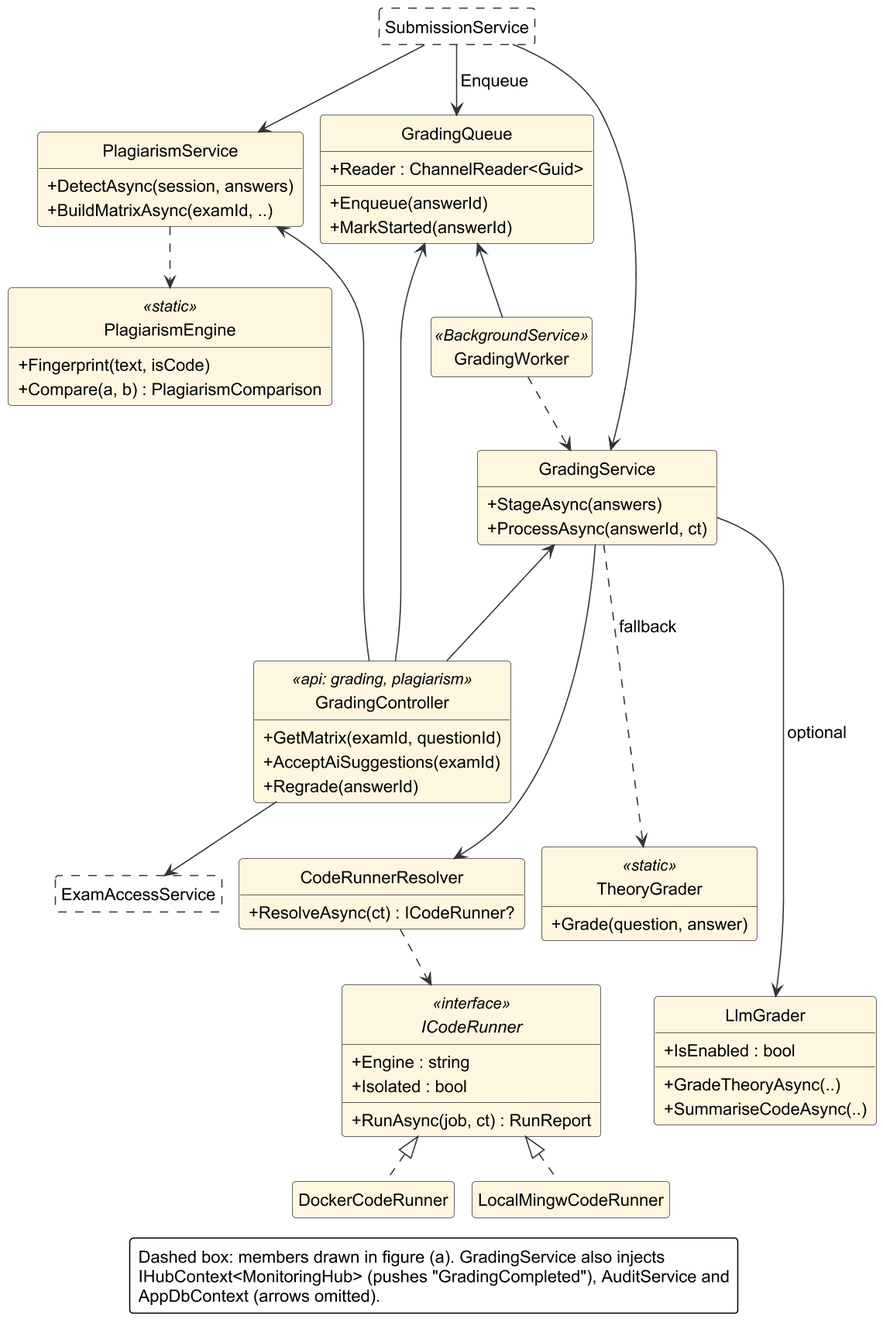
This is important docs/fyp_doc_3chatp/Figures/class_diagram_server_b.png from Haiderali27-hub/AI-Lab-Monitoring-, a PlantUML export, as it was before one commit. Source of this version:
```plantuml
@startuml
!include style.iuml
hide empty members
hide circle
skinparam classAttributeIconSize 0
skinparam nodesep 14
skinparam ranksep 36
skinparam class {
  FontSize 14
  AttributeFontSize 14
  StereotypeFontSize 13
}
skinparam ArrowFontSize 14
skinparam stereotypeFontSize 13

class SubmissionService #FFFFFF ##[dashed]
class ExamAccessService #FFFFFF ##[dashed]
class GradingController <<api: grading, plagiarism>> #FFF6E0 {
  +GetMatrix(examId, questionId)
  +AcceptAiSuggestions(examId)
  +Regrade(answerId)
}
class PlagiarismService #FFF6E0 {
  +DetectAsync(session, answers)
  +BuildMatrixAsync(examId, ..)
}
class PlagiarismEngine <<static>> #FFF6E0 {
  +Fingerprint(text, isCode)
  +Compare(a, b) : PlagiarismComparison
}
class GradingQueue #FFF6E0 {
  +Reader : ChannelReader<Guid>
  +Enqueue(answerId)
  +MarkStarted(answerId)
}
class GradingWorker <<BackgroundService>> #FFF6E0
class GradingService #FFF6E0 {
  +StageAsync(answers)
  +ProcessAsync(answerId, ct)
}
class LlmGrader #FFF6E0 {
  +IsEnabled : bool
  +GradeTheoryAsync(..)
  +SummariseCodeAsync(..)
}
class TheoryGrader <<static>> #FFF6E0 {
  +Grade(question, answer)
}
class CodeRunnerResolver #FFF6E0 {
  +ResolveAsync(ct) : ICodeRunner?
}
interface ICodeRunner <<interface>> #FFF6E0 {
  +Engine : string
  +Isolated : bool
  +RunAsync(job, ct) : RunReport
}
class DockerCodeRunner #FFF6E0
class LocalMingwCodeRunner #FFF6E0

SubmissionService --> PlagiarismService
SubmissionService --> GradingQueue : Enqueue
SubmissionService --> GradingService
PlagiarismService -[hidden]right- GradingQueue
GradingWorker -up-> GradingQueue
GradingWorker ..> GradingService
PlagiarismService ..> PlagiarismEngine
GradingController -up--> PlagiarismService
GradingController -up--> GradingQueue
GradingController -up--> GradingService
GradingController --> ExamAccessService
GradingService ---> CodeRunnerResolver
GradingService ...> TheoryGrader : fallback
GradingService ----> LlmGrader : optional
GradingController -[hidden]down- CodeRunnerResolver
CodeRunnerResolver -[hidden]right- TheoryGrader
ICodeRunner -[hidden]right- LlmGrader
CodeRunnerResolver ..> ICodeRunner
DockerCodeRunner .up.|> ICodeRunner
LocalMingwCodeRunner .up.|> ICodeRunner

skinparam legendFontSize 14
legend bottom
  Dashed box: members drawn in figure (a). GradingService also injects
  IHubContext<MonitoringHub> (pushes "GradingCompleted"), AuditService and
  AppDbContext (arrows omitted).
endlegend
@enduml
```
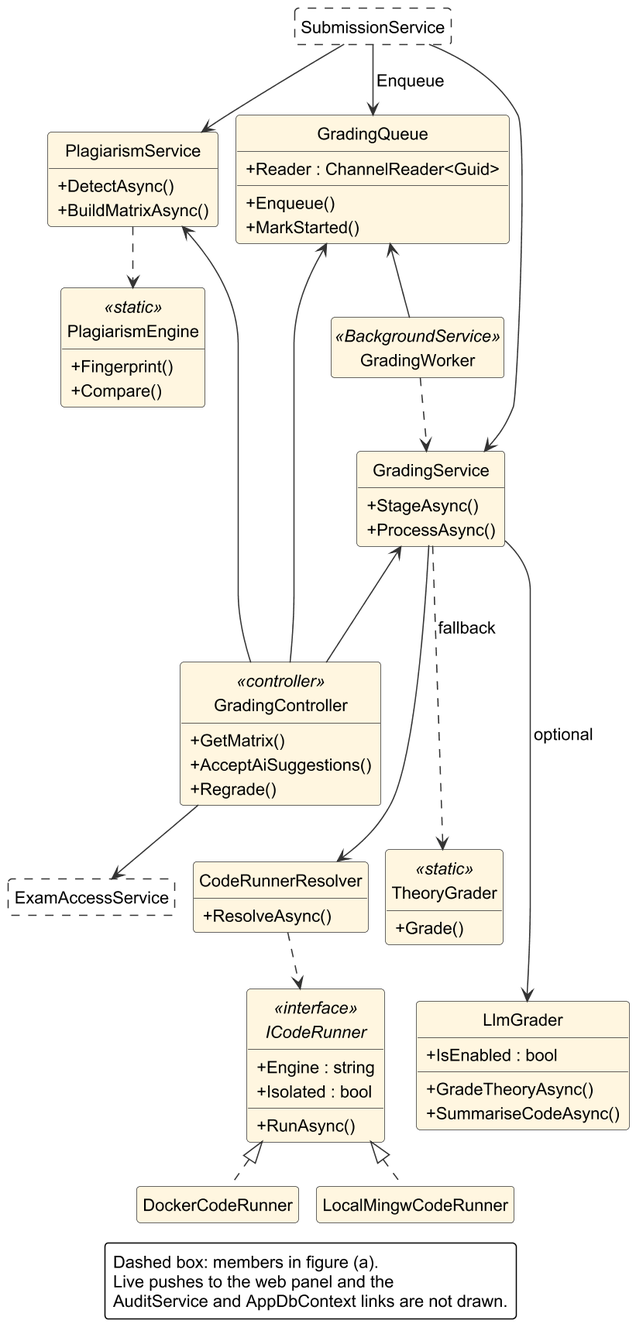
Above is the later version.

What changed in the source:
```diff
@@ -8,51 +8,51 @@
 skinparam class {
   FontSize 14
   AttributeFontSize 14
-  StereotypeFontSize 13
+  StereotypeFontSize 14
 }
 skinparam ArrowFontSize 14
-skinparam stereotypeFontSize 13
+skinparam stereotypeFontSize 14
 
 class SubmissionService #FFFFFF ##[dashed]
 class ExamAccessService #FFFFFF ##[dashed]
-class GradingController <<api: grading, plagiarism>> #FFF6E0 {
-  +GetMatrix(examId, questionId)
-  +AcceptAiSuggestions(examId)
-  +Regrade(answerId)
+class GradingController <<controller>> #FFF6E0 {
+  +GetMatrix()
+  +AcceptAiSuggestions()
+  +Regrade()
 }
 class PlagiarismService #FFF6E0 {
-  +DetectAsync(session, answers)
-  +BuildMatrixAsync(examId, ..)
+  +DetectAsync()
+  +BuildMatrixAsync()
 }
 class PlagiarismEngine <<static>> #FFF6E0 {
-  +Fingerprint(text, isCode)
-  +Compare(a, b) : PlagiarismComparison
+  +Fingerprint()
+  +Compare()
 }
 class GradingQueue #FFF6E0 {
   +Reader : ChannelReader<Guid>
-  +Enqueue(answerId)
-  +MarkStarted(answerId)
+  +Enqueue()
+  +MarkStarted()
 }
 class GradingWorker <<BackgroundService>> #FFF6E0
 class GradingService #FFF6E0 {
-  +StageAsync(answers)
-  +ProcessAsync(answerId, ct)
+  +StageAsync()
+  +ProcessAsync()
 }
 class LlmGrader #FFF6E0 {
   +IsEnabled : bool
-  +GradeTheoryAsync(..)
-  +SummariseCodeAsync(..)
+  +GradeTheoryAsync()
+  +SummariseCodeAsync()
 }
 class TheoryGrader <<static>> #FFF6E0 {
-  +Grade(question, answer)
+  +Grade()
 }
 class CodeRunnerResolver #FFF6E0 {
-  +ResolveAsync(ct) : ICodeRunner?
+  +ResolveAsync()
 }
 interface ICodeRunner <<interface>> #FFF6E0 {
   +Engine : string
   +Isolated : bool
-  +RunAsync(job, ct) : RunReport
+  +RunAsync()
 }
 class DockerCodeRunner #FFF6E0
 class LocalMingwCodeRunner #FFF6E0
@@ -80,8 +80,8 @@
 
 skinparam legendFontSize 14
 legend bottom
-  Dashed box: members drawn in figure (a). GradingService also injects
-  IHubContext<MonitoringHub> (pushes "GradingCompleted"), AuditService and
-  AppDbContext (arrows omitted).
+  Dashed box: members in figure (a).
+  Live pushes to the web panel and the
+  AuditService and AppDbContext links are not drawn.
 endlegend
 @enduml
```
